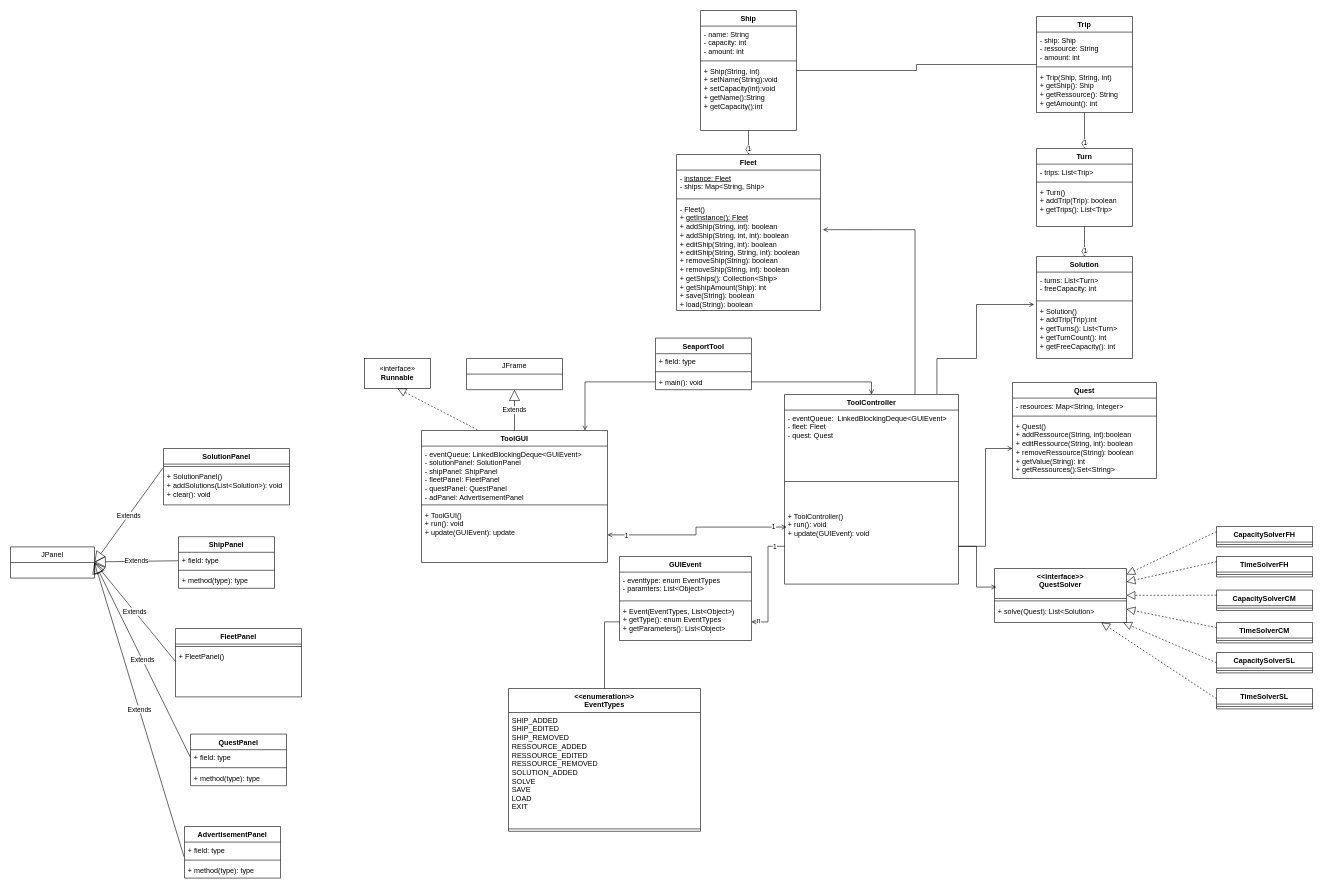
Before: doc/Klassendiagramm.drawio in sloorx/SeaportTool, a draw.io diagram. Source tidied: cells renumbered, new cells numbered last; positions are measured from the earlier drawing's top-left corner, leaving out a move shared by most shapes. Both pictures are drawn from the tidied source at 60%, with x=0, y=0 at pixel (10, 10).
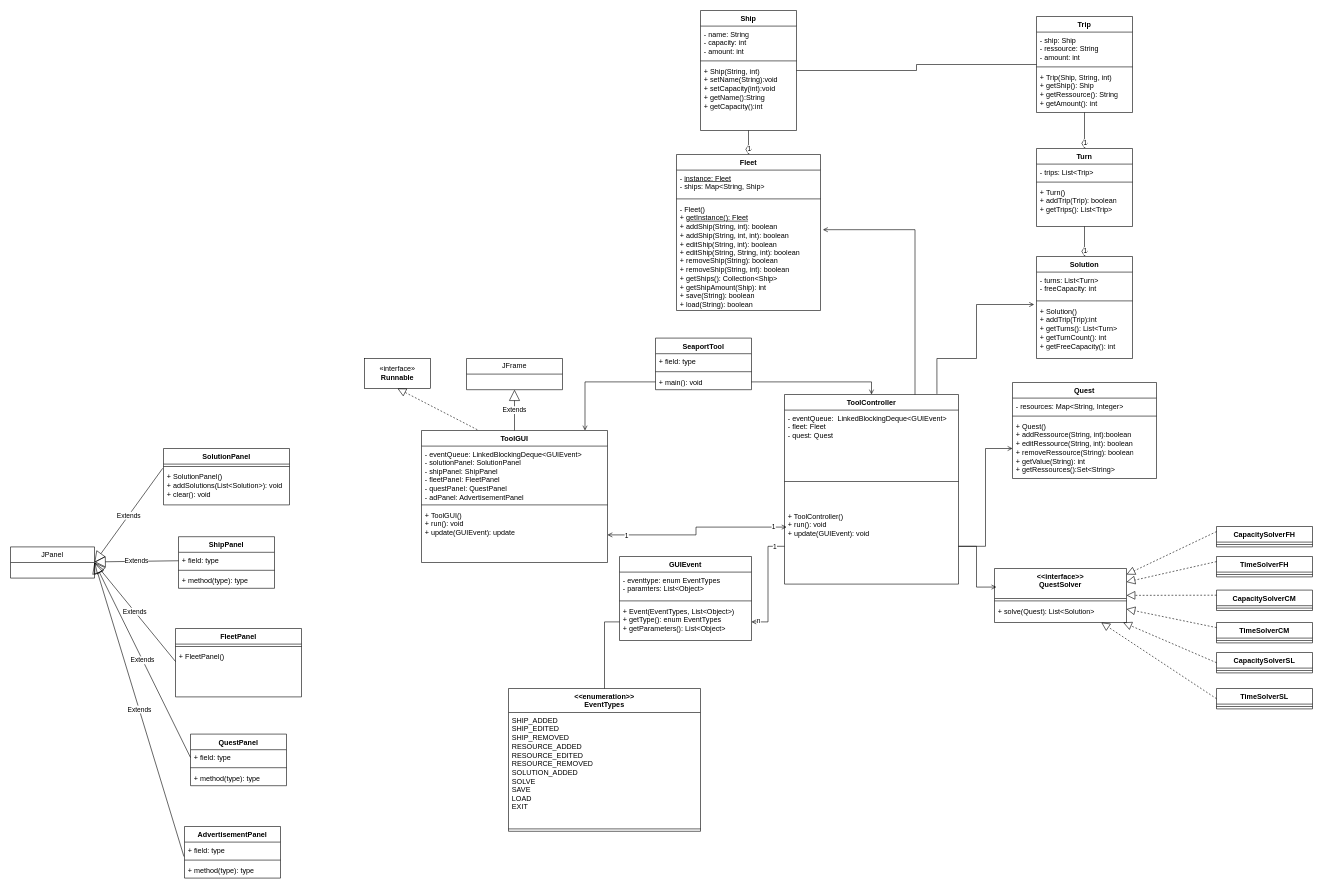
Above is the later version.

Unchanged cells that the change refers to:
```xml
<mxCell id="66" value="&amp;lt;&amp;lt;enumeration&amp;gt;&amp;gt;&lt;br&gt;EventTypes" style="swimlane;fontStyle=1;align=center;verticalAlign=top;horizontal=1;startSize=40;whiteSpace=wrap;html=1;" parent="1" vertex="1">
  <mxGeometry x="830" y="1130" width="320" height="238" as="geometry" />
</mxCell>
```

Change to the diagram source:
```diff
@@
-    <mxCell id="67" value="SHIP_ADDED&lt;br&gt;SHIP_EDITED&lt;br&gt;SHIP_REMOVED&lt;br&gt;RESSOURCE_ADDED&lt;br&gt;RESSOURCE_EDITED&lt;br&gt;RESSOURCE_REMOVED&lt;br&gt;SOLUTION_ADDED&lt;br&gt;SOLVE&lt;br&gt;SAVE&lt;br&gt;LOAD&lt;br&gt;EXIT" style="text;strokeColor=none;fillColor=none;align=left;verticalAlign=top;spacingLeft=4;spacingRight=4;overflow=hidden;whiteSpace=wrap;html=1;" parent="66" vertex="1">
+    <mxCell id="67" value="SHIP_ADDED&lt;br&gt;SHIP_EDITED&lt;br&gt;SHIP_REMOVED&lt;br&gt;RESOURCE_ADDED&lt;br&gt;RESOURCE_EDITED&lt;br&gt;RESOURCE_REMOVED&lt;br&gt;SOLUTION_ADDED&lt;br&gt;SOLVE&lt;br&gt;SAVE&lt;br&gt;LOAD&lt;br&gt;EXIT" style="text;strokeColor=none;fillColor=none;align=left;verticalAlign=top;spacingLeft=4;spacingRight=4;overflow=hidden;whiteSpace=wrap;html=1;" parent="66" vertex="1">
       <mxGeometry y="40" width="320" height="190" as="geometry" />
     </mxCell>
```
